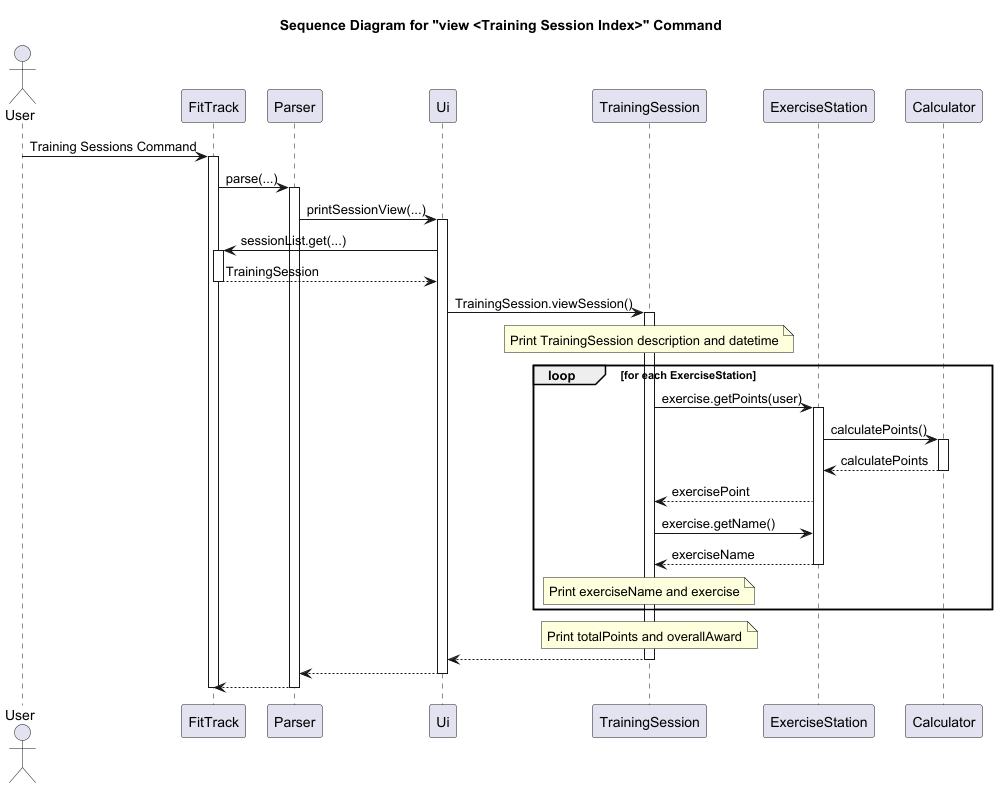
nus-cs2113-AY2425S1/tp keeps this PlantUML diagram as docs/Images/Sequence_ViewTrainingSession.png. Above is the earlier version.
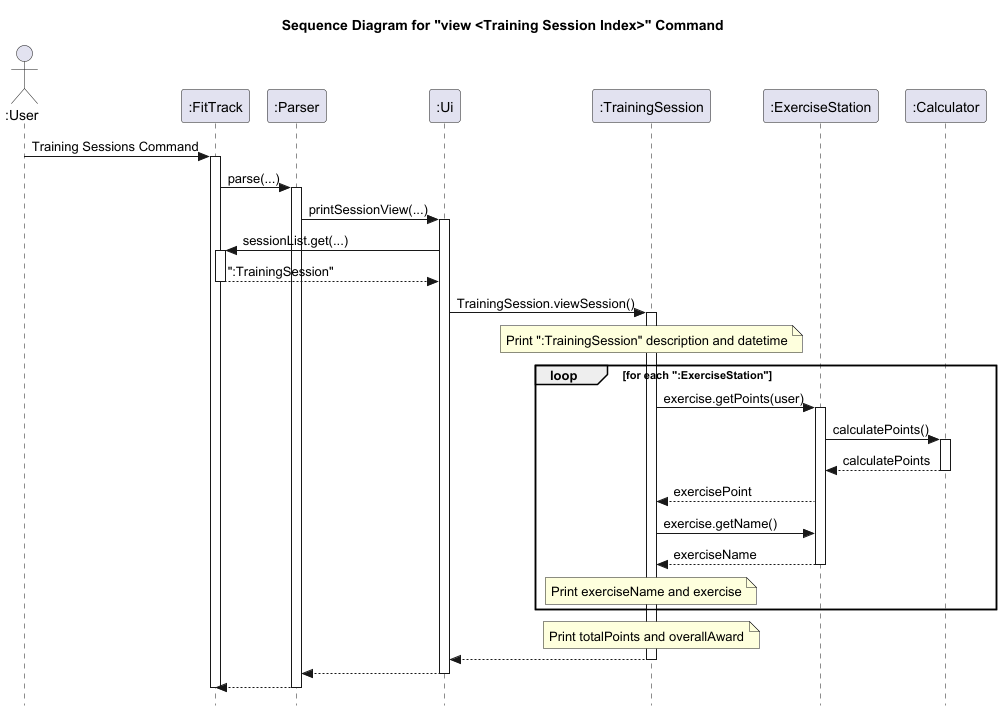
The same diagram one commit later.

The edit, as a diff of the source:
```diff
@@ -1,49 +1,50 @@
 @startuml
 title Sequence Diagram for "view <Training Session Index>" Command
+skinparam style strictuml
 
-actor User
+actor ":User"
 
-User -> FitTrack: Training Sessions Command
-activate FitTrack
-    FitTrack -> Parser: parse(...)
-        activate Parser
-            Parser -> Ui: printSessionView(...)
-                activate Ui
-                    Ui -> FitTrack : sessionList.get(...)
-                        activate FitTrack
-                            FitTrack --> Ui: TrainingSession
-                        deactivate FitTrack
-                    Ui -> TrainingSession: TrainingSession.viewSession()
-                        activate TrainingSession
-                            note over TrainingSession
-                            Print TrainingSession description and datetime
+":User" -> ":FitTrack": Training Sessions Command
+activate ":FitTrack"
+    ":FitTrack" -> ":Parser": parse(...)
+        activate ":Parser"
+            ":Parser" -> ":Ui": printSessionView(...)
+                activate ":Ui"
+                    ":Ui" -> ":FitTrack" : sessionList.get(...)
+                        activate ":FitTrack"
+                            ":FitTrack" --> ":Ui": ":TrainingSession"
+                        deactivate ":FitTrack"
+                    ":Ui" -> ":TrainingSession": TrainingSession.viewSession()
+                        activate ":TrainingSession"
+                            note over ":TrainingSession"
+                            Print ":TrainingSession" description and datetime
                             end note
-                            loop for each ExerciseStation
-                                TrainingSession -> ExerciseStation: exercise.getPoints(user)
-                                activate ExerciseStation
-                                    ExerciseStation -> Calculator: calculatePoints()
-                                    activate Calculator
-                                    Calculator --> ExerciseStation: calculatePoints
-                                    deactivate Calculator
-                                ExerciseStation --> TrainingSession: exercisePoint
-                                TrainingSession -> ExerciseStation: exercise.getName()
-                                ExerciseStation --> TrainingSession: exerciseName
-                                deactivate ExerciseStation
-                                note over TrainingSession
+                            loop for each ":ExerciseStation"
+                                ":TrainingSession" -> ":ExerciseStation": exercise.getPoints(user)
+                                activate ":ExerciseStation"
+                                    ":ExerciseStation" -> ":Calculator": calculatePoints()
+                                    activate ":Calculator"
+                                    ":Calculator" --> ":ExerciseStation": calculatePoints
+                                    deactivate ":Calculator"
+                                ":ExerciseStation" --> ":TrainingSession": exercisePoint
+                                ":TrainingSession" -> ":ExerciseStation": exercise.getName()
+                                ":ExerciseStation" --> ":TrainingSession": exerciseName
+                                deactivate ":ExerciseStation"
+                                note over ":TrainingSession"
                                 Print exerciseName and exercise
                                 end note
                             end loop
-                            note over TrainingSession
+                            note over ":TrainingSession"
                             Print totalPoints and overallAward
                             end note
-                            deactivate ExerciseStation
-                            TrainingSession --> Ui
-                        deactivate TrainingSession
-                Ui --> Parser
-                deactivate Ui
-            Parser --> FitTrack
-        deactivate Parser
-deactivate FitTrack
+                            deactivate ":ExerciseStation"
+                            ":TrainingSession" --> ":Ui"
+                        deactivate ":TrainingSession"
+                ":Ui" --> ":Parser"
+                deactivate ":Ui"
+            ":Parser" --> ":FitTrack"
+        deactivate ":Parser"
+deactivate ":FitTrack"
 
 
 @enduml
```
